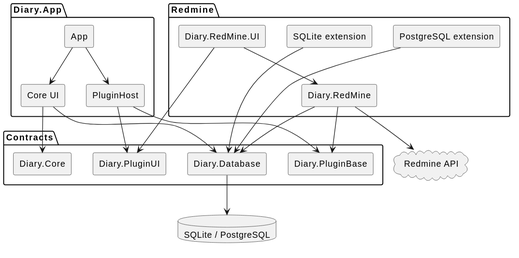
micro123/diary-app keeps this PlantUML diagram as Docs/diagrams/current-components.svg. Above is the earlier version. Source of this version:
```plantuml
@startuml
skinparam componentStyle rectangle
skinparam shadowing false
package "Diary.App" {
  [App] as App
  [Core UI] as UI
  [PluginHost] as Host
}
package "Contracts" {
  [Diary.Core] as Core
  [Diary.Database] as DB
  [Diary.PluginBase] as PB
  [Diary.PluginUI] as PUI
}
package "Redmine" {
  [Diary.RedMine] as RM
  [Diary.RedMine.UI] as RMUI
  [SQLite extension] as SQL
  [PostgreSQL extension] as PG
}
database "SQLite / PostgreSQL" as Store
cloud "Redmine API" as API
App --> Host
App --> UI
Host --> PB
Host --> PUI
UI --> Core
UI --> DB
RM --> PB
RM --> DB
RMUI --> PUI
RMUI --> RM
SQL --> DB
PG --> DB
DB --> Store
RM --> API
@enduml
```
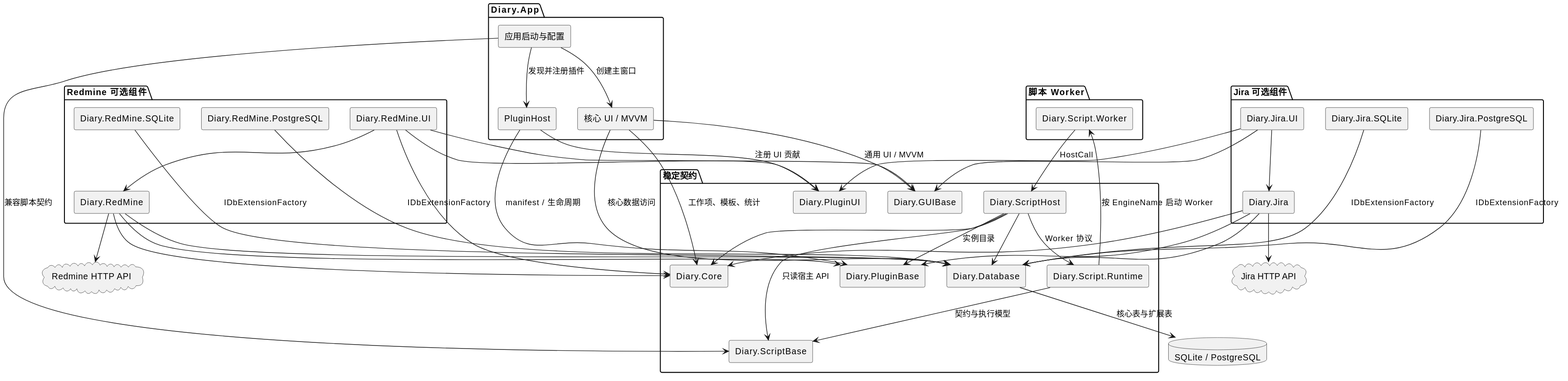
After the commit.

What changed in the source:
```diff
@@ -1,37 +1,80 @@
 @startuml
 skinparam componentStyle rectangle
 skinparam shadowing false
+
 package "Diary.App" {
-  [App] as App
-  [Core UI] as UI
+  [应用启动与配置] as App
+  [核心 UI / MVVM] as CoreUI
   [PluginHost] as Host
 }
-package "Contracts" {
+
+package "稳定契约" {
   [Diary.Core] as Core
-  [Diary.Database] as DB
-  [Diary.PluginBase] as PB
-  [Diary.PluginUI] as PUI
+  [Diary.Database] as Database
+  [Diary.GUIBase] as GuiBase
+  [Diary.PluginBase] as PluginBase
+  [Diary.PluginUI] as PluginUI
+  [Diary.ScriptBase] as ScriptBase
+  [Diary.ScriptHost] as ScriptHost
+  [Diary.Script.Runtime] as ScriptRuntime
 }
-package "Redmine" {
-  [Diary.RedMine] as RM
-  [Diary.RedMine.UI] as RMUI
-  [SQLite extension] as SQL
-  [PostgreSQL extension] as PG
+
+package "脚本 Worker" {
+  [Diary.Script.Worker] as ScriptWorker
 }
-database "SQLite / PostgreSQL" as Store
-cloud "Redmine API" as API
-App --> Host
-App --> UI
-Host --> PB
-Host --> PUI
-UI --> Core
-UI --> DB
-RM --> PB
-RM --> DB
-RMUI --> PUI
-RMUI --> RM
-SQL --> DB
-PG --> DB
-DB --> Store
-RM --> API
+
+package "Redmine 可选组件" {
+  [Diary.RedMine] as RedMine
+  [Diary.RedMine.UI] as RedMineUI
+  [Diary.RedMine.SQLite] as RedMineSqlite
+  [Diary.RedMine.PostgreSQL] as RedMinePg
+}
+
+package "Jira 可选组件" {
+  [Diary.Jira] as Jira
+  [Diary.Jira.UI] as JiraUI
+  [Diary.Jira.SQLite] as JiraSqlite
+  [Diary.Jira.PostgreSQL] as JiraPg
+}
+
+database "SQLite / PostgreSQL" as Db
+cloud "Redmine HTTP API" as RedmineApi
+cloud "Jira HTTP API" as JiraApi
+
+App --> Host : 发现并注册插件
+App --> CoreUI : 创建主窗口
+Host --> PluginBase : manifest / 生命周期
+Host --> PluginUI : 注册 UI 贡献
+App --> ScriptBase : 兼容脚本契约
+CoreUI --> GuiBase : 通用 UI / MVVM
+ScriptRuntime --> ScriptBase : 契约与执行模型
+ScriptRuntime --> ScriptWorker : 按 EngineName 启动 Worker
+ScriptWorker --> ScriptHost : HostCall
+ScriptHost --> ScriptBase : 只读宿主 API
+ScriptHost --> ScriptRuntime : Worker 协议
+ScriptHost --> PluginBase : 实例目录
+ScriptHost --> Core
+ScriptHost --> Database
+CoreUI --> Core : 工作项、模板、统计
+CoreUI --> Database : 核心数据访问
+RedMine --> PluginBase
+RedMine --> Core
+RedMine --> Database
+RedMineUI --> PluginUI
+RedMineUI --> RedMine
+RedMineUI --> GuiBase
+RedMineUI --> Core
+RedMineSqlite --> Database : IDbExtensionFactory
+RedMinePg --> Database : IDbExtensionFactory
+Jira --> PluginBase
+Jira --> Core
+Jira --> Database
+JiraUI --> PluginUI
+JiraUI --> Jira
+JiraUI --> GuiBase
+JiraSqlite --> Database : IDbExtensionFactory
+JiraPg --> Database : IDbExtensionFactory
+Database --> Db : 核心表与扩展表
+RedMine --> RedmineApi
+Jira --> JiraApi
 @enduml
```
